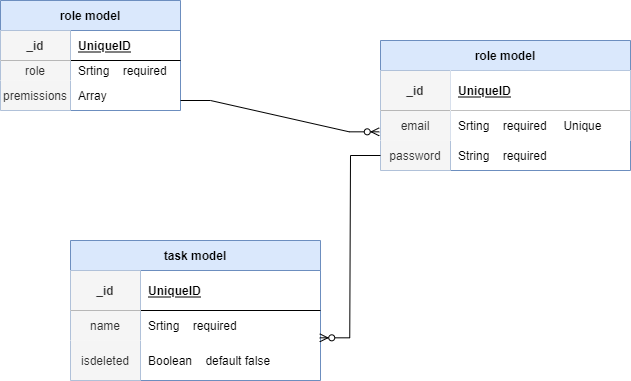
Above: Untitled Diagram.drawio.png in Nouf112233/w08d03 (draw.io), before the change. Source tidied: cells renumbered, new cells last; positions are measured from the earlier drawing's top-left corner, leaving out a move shared by most shapes.
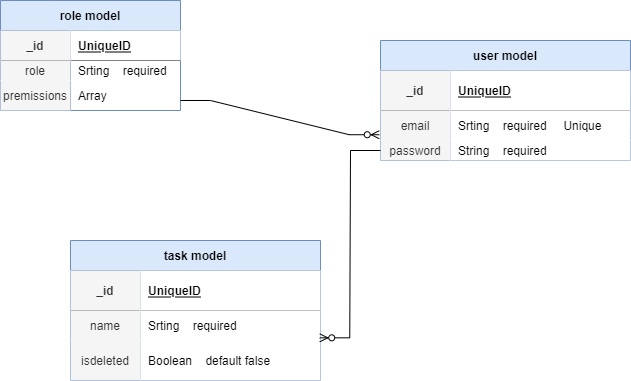
After the change.

The edit, as a diff of the source:
```diff
@@ -11,7 +11,7 @@
     <mxCell id="4" value="_id" style="shape=partialRectangle;fillColor=#f5f5f5;top=0;left=0;bottom=0;right=0;fontStyle=1;overflow=hidden;fontColor=#333333;strokeColor=#666666;" parent="3" vertex="1">
       <mxGeometry width="70" height="30" as="geometry" />
     </mxCell>
-    <mxCell id="5" value="UniqueID" style="shape=partialRectangle;fillColor=none;top=0;left=0;bottom=0;right=0;align=left;spacingLeft=6;fontStyle=5;overflow=hidden;" parent="3" vertex="1">
+    <mxCell id="5" value="UniqueID" style="shape=partialRectangle;top=0;left=0;bottom=0;right=0;align=left;spacingLeft=6;fontStyle=5;overflow=hidden;" parent="3" vertex="1">
       <mxGeometry x="70" width="110" height="30" as="geometry" />
     </mxCell>
     <mxCell id="6" style="shape=partialRectangle;fillColor=none;top=0;left=0;bottom=0;right=0;" parent="2" vertex="1">
@@ -32,8 +32,8 @@
     <mxCell id="11" value="Array" style="shape=partialRectangle;fillColor=none;top=0;left=0;bottom=0;right=0;align=left;spacingLeft=6;overflow=hidden;" parent="9" vertex="1">
       <mxGeometry x="70" width="110" height="30" as="geometry" />
     </mxCell>
-    <mxCell id="12" value="role model" style="shape=table;startSize=30;rowLines=0;fontStyle=1;align=center;fillColor=#dae8fc;strokeColor=#6c8ebf;" parent="1" vertex="1">
-      <mxGeometry x="380" y="40" width="250" height="130" as="geometry" />
+    <mxCell id="12" value="user model" style="shape=table;startSize=30;rowLines=0;fontStyle=1;align=center;fillColor=#dae8fc;strokeColor=#6c8ebf;" parent="1" vertex="1">
+      <mxGeometry x="380" y="40" width="250" height="120" as="geometry" />
     </mxCell>
     <mxCell id="13" style="shape=partialRectangle;fillColor=none;top=0;left=0;bottom=1;right=0;" parent="12" vertex="1">
       <mxGeometry y="30" width="250" height="40" as="geometry" />
@@ -54,13 +54,13 @@
       <mxGeometry x="70" width="180" height="30" as="geometry" />
     </mxCell>
     <mxCell id="19" style="shape=partialRectangle;fillColor=none;top=0;left=0;bottom=0;right=0;points=[[0,0.5],[1,0.5]];portConstraint=eastwest;" parent="12" vertex="1">
-      <mxGeometry y="100" width="250" height="30" as="geometry" />
+      <mxGeometry y="100" width="250" height="20" as="geometry" />
     </mxCell>
     <mxCell id="20" value="password" style="shape=partialRectangle;fillColor=#f5f5f5;top=0;left=0;bottom=0;right=0;overflow=hidden;fontColor=#333333;strokeColor=#666666;" parent="19" vertex="1">
-      <mxGeometry width="70" height="30" as="geometry" />
+      <mxGeometry width="70" height="20" as="geometry" />
     </mxCell>
-    <mxCell id="21" value="String    required" style="shape=partialRectangle;fillColor=none;top=0;left=0;bottom=0;right=0;align=left;spacingLeft=6;overflow=hidden;" parent="19" vertex="1">
-      <mxGeometry x="70" width="180" height="30" as="geometry" />
+    <mxCell id="21" value="String    required" style="shape=partialRectangle;top=0;left=0;bottom=0;right=0;align=left;spacingLeft=6;overflow=hidden;" parent="19" vertex="1">
+      <mxGeometry x="70" width="180" height="20" as="geometry" />
     </mxCell>
     <mxCell id="22" style="edgeStyle=entityRelationEdgeStyle;fontSize=12;html=1;endArrow=ERzeroToMany;endFill=1;rounded=0;entryX=-0.005;entryY=-0.289;entryDx=0;entryDy=0;entryPerimeter=0;" parent="1" edge="1" target="19">
       <mxGeometry relative="1" as="geometry">
@@ -76,7 +76,7 @@
     <mxCell id="25" value="_id" style="shape=partialRectangle;fillColor=#f5f5f5;top=0;left=0;bottom=0;right=0;fontStyle=1;overflow=hidden;fontColor=#333333;strokeColor=#666666;" parent="24" vertex="1">
       <mxGeometry width="70" height="40" as="geometry" />
     </mxCell>
-    <mxCell id="26" value="UniqueID" style="shape=partialRectangle;fillColor=none;top=0;left=0;bottom=0;right=0;align=left;spacingLeft=6;fontStyle=5;overflow=hidden;" parent="24" vertex="1">
+    <mxCell id="26" value="UniqueID" style="shape=partialRectangle;top=0;left=0;bottom=0;right=0;align=left;spacingLeft=6;fontStyle=5;overflow=hidden;" parent="24" vertex="1">
       <mxGeometry x="70" width="180" height="40" as="geometry" />
     </mxCell>
     <mxCell id="27" style="shape=partialRectangle;fillColor=none;top=0;left=0;bottom=0;right=0;" parent="23" vertex="1">
@@ -85,7 +85,7 @@
     <mxCell id="28" value="name" style="shape=partialRectangle;fillColor=#f5f5f5;top=0;left=0;bottom=0;right=0;overflow=hidden;fontColor=#333333;strokeColor=#666666;" parent="27" vertex="1">
       <mxGeometry width="70" height="30" as="geometry" />
     </mxCell>
-    <mxCell id="29" value="Srting    required     " style="shape=partialRectangle;fillColor=none;top=0;left=0;bottom=0;right=0;align=left;spacingLeft=6;overflow=hidden;" parent="27" vertex="1">
+    <mxCell id="29" value="Srting    required     " style="shape=partialRectangle;top=0;left=0;bottom=0;right=0;align=left;spacingLeft=6;overflow=hidden;" parent="27" vertex="1">
       <mxGeometry x="70" width="180" height="30" as="geometry" />
     </mxCell>
     <mxCell id="30" style="shape=partialRectangle;fillColor=none;top=0;left=0;bottom=0;right=0;points=[[0,0.5],[1,0.5]];portConstraint=eastwest;" parent="23" vertex="1">
@@ -94,7 +94,7 @@
     <mxCell id="31" value="isdeleted" style="shape=partialRectangle;fillColor=#f5f5f5;top=0;left=0;bottom=0;right=0;overflow=hidden;fontColor=#333333;strokeColor=#666666;" parent="30" vertex="1">
       <mxGeometry width="70" height="40" as="geometry" />
     </mxCell>
-    <mxCell id="32" value="Boolean    default false" style="shape=partialRectangle;fillColor=none;top=0;left=0;bottom=0;right=0;align=left;spacingLeft=6;overflow=hidden;" parent="30" vertex="1">
+    <mxCell id="32" value="Boolean    default false" style="shape=partialRectangle;top=0;left=0;bottom=0;right=0;align=left;spacingLeft=6;overflow=hidden;" parent="30" vertex="1">
       <mxGeometry x="70" width="180" height="40" as="geometry" />
     </mxCell>
     <mxCell id="33" style="edgeStyle=entityRelationEdgeStyle;fontSize=12;html=1;endArrow=ERzeroToMany;endFill=1;rounded=0;entryX=0.997;entryY=-0.067;entryDx=0;entryDy=0;entryPerimeter=0;exitX=0;exitY=0.5;exitDx=0;exitDy=0;" parent="1" edge="1" source="19" target="30">
```
